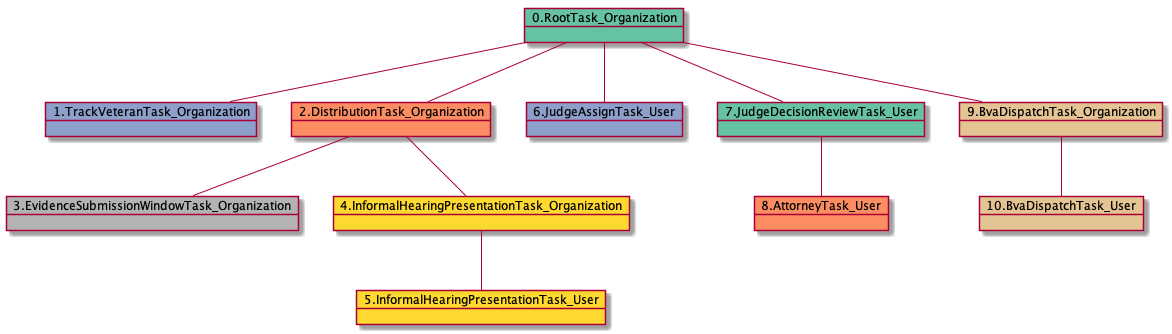
Above: docs-ES/uml/RTO.TVTO.DTO.ESWTO.IHPTO.IHPTU.JATU.JDRTU.ATU.BDTO-15370.png in yoomlam/graphing (PlantUML), before the change.
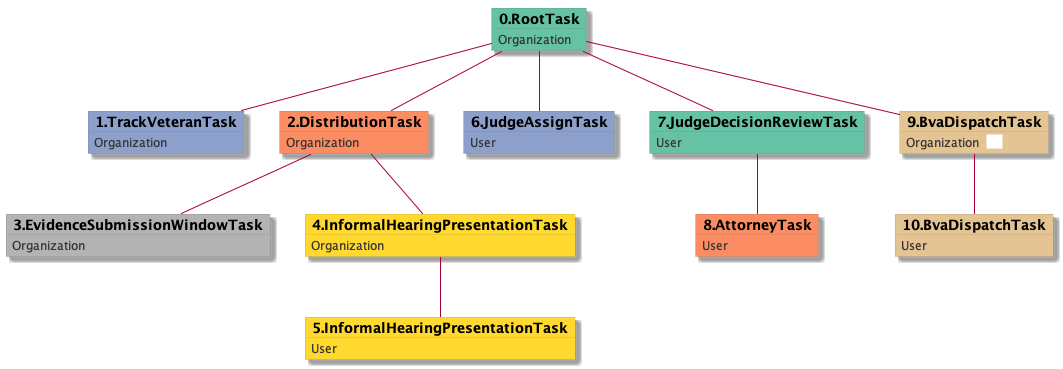
The same file after the commit.

What changed in the source:
```diff
@@ -1,23 +1,53 @@
 @startuml
-object 0.RootTask_Organization #66c2a5
-object 1.TrackVeteranTask_Organization #8da0cb
-object 2.DistributionTask_Organization #fc8d62
-object 3.EvidenceSubmissionWindowTask_Organization #b3b3b3
-object 4.InformalHearingPresentationTask_Organization #ffd92f
-object 5.InformalHearingPresentationTask_User #ffd92f
-object 6.JudgeAssignTask_User #8da0cb
-object 7.JudgeDecisionReviewTask_User #66c2a5
-object 8.AttorneyTask_User #fc8d62
-object 9.BvaDispatchTask_Organization #e5c494
-object 10.BvaDispatchTask_User #e5c494
-0.RootTask_Organization -- 1.TrackVeteranTask_Organization
-0.RootTask_Organization -- 2.DistributionTask_Organization
-2.DistributionTask_Organization -- 3.EvidenceSubmissionWindowTask_Organization
-2.DistributionTask_Organization -- 4.InformalHearingPresentationTask_Organization
-4.InformalHearingPresentationTask_Organization -- 5.InformalHearingPresentationTask_User
-0.RootTask_Organization -- 6.JudgeAssignTask_User
-0.RootTask_Organization -- 7.JudgeDecisionReviewTask_User
-7.JudgeDecisionReviewTask_User -- 8.AttorneyTask_User
-0.RootTask_Organization -- 9.BvaDispatchTask_Organization
-9.BvaDispatchTask_Organization -- 10.BvaDispatchTask_User
+skinparam {
+  ObjectBorderColor #555
+  ObjectBorderThickness 0
+  ObjectFontStyle bold
+  ObjectFontSize 14
+  ObjectAttributeFontColor #333
+  ObjectAttributeFontSize 12
+}
+  object 0.RootTask #66c2a5 {
+Organization
+}
+  object 1.TrackVeteranTask #8da0cb {
+Organization
+}
+  object 2.DistributionTask #fc8d62 {
+Organization
+}
+  object 3.EvidenceSubmissionWindowTask #b3b3b3 {
+Organization
+}
+  object 4.InformalHearingPresentationTask #ffd92f {
+Organization
+}
+  object 5.InformalHearingPresentationTask #ffd92f {
+User
+}
+  object 6.JudgeAssignTask #8da0cb {
+User
+}
+  object 7.JudgeDecisionReviewTask #66c2a5 {
+User
+}
+  object 8.AttorneyTask #fc8d62 {
+User
+}
+  object 9.BvaDispatchTask #e5c494 {
+Organization  <back:white>    </back>
+}
+  object 10.BvaDispatchTask #e5c494 {
+User
+}
+0.RootTask -- 1.TrackVeteranTask
+0.RootTask -- 2.DistributionTask
+2.DistributionTask -- 3.EvidenceSubmissionWindowTask
+2.DistributionTask -- 4.InformalHearingPresentationTask
+4.InformalHearingPresentationTask -- 5.InformalHearingPresentationTask
+0.RootTask -- 6.JudgeAssignTask
+0.RootTask -- 7.JudgeDecisionReviewTask
+7.JudgeDecisionReviewTask -- 8.AttorneyTask
+0.RootTask -- 9.BvaDispatchTask
+9.BvaDispatchTask -- 10.BvaDispatchTask
 @enduml
```
